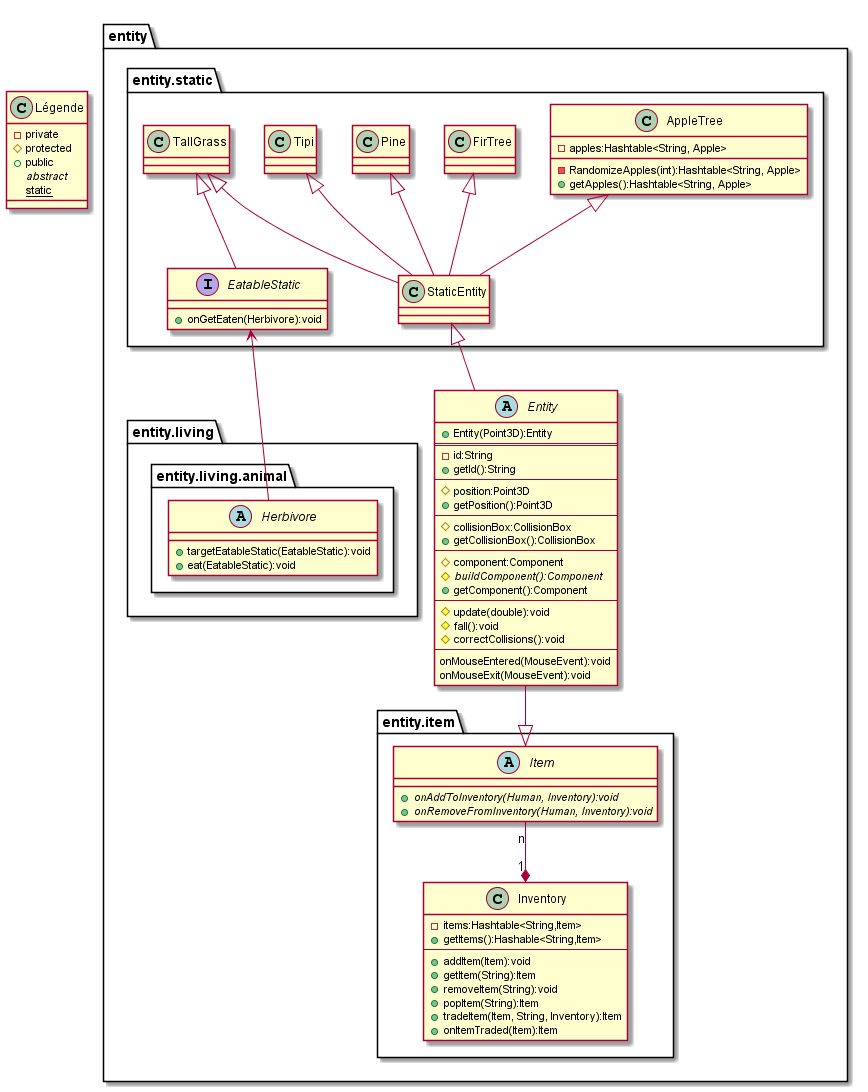
Earlier version of the PlantUML export uml/final/entity/Statics.png (the-zucc/coureur-de-bois).
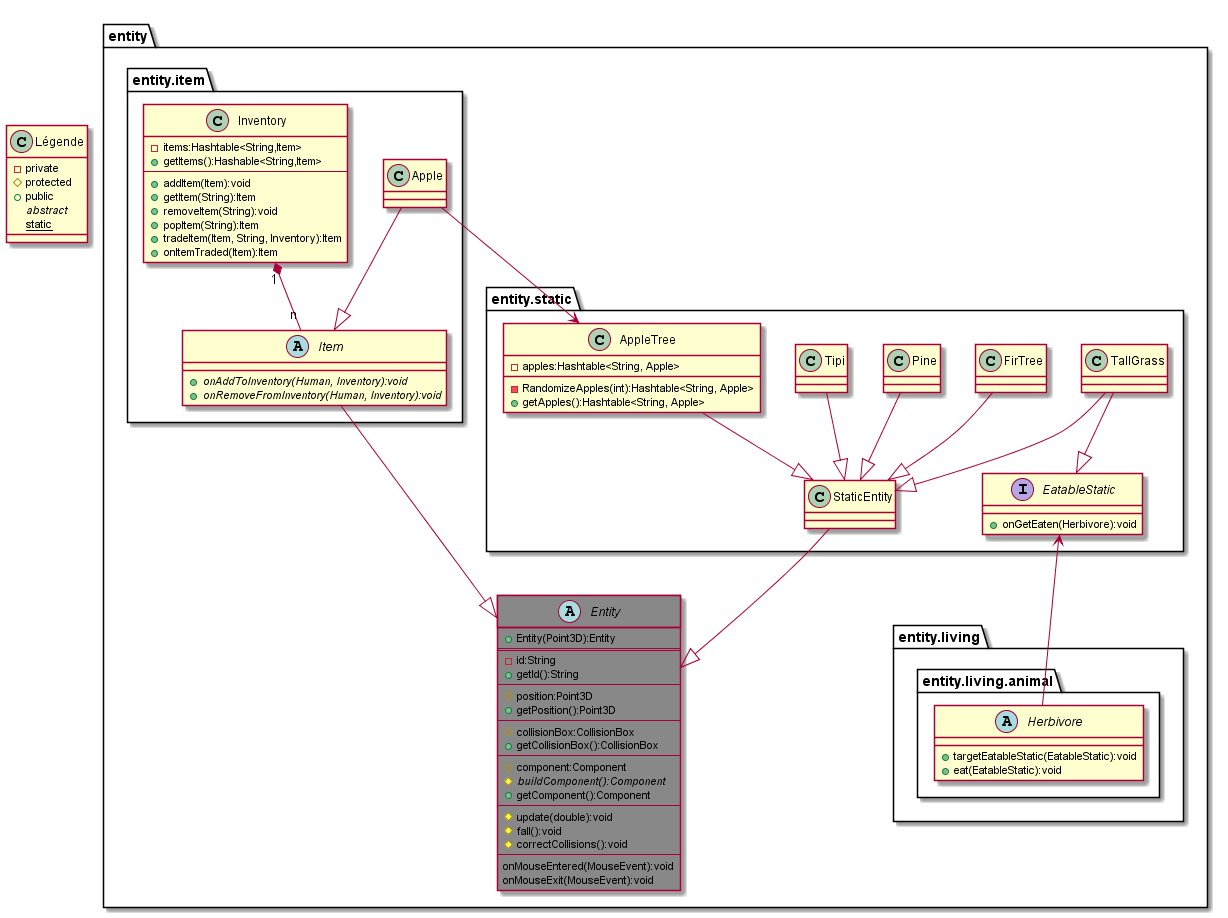
Above is the later version.

Commit message:
inverse les directions des fleches de static, animal, human

What changed in the source:
```diff
@@ -8,7 +8,7 @@
 }
 package entity{
 
-    abstract class Entity{
+    abstract class Entity #888888{
         + Entity(Point3D):Entity
         ==
         - id:String
@@ -31,6 +31,36 @@
         onMouseEntered(MouseEvent):void
         onMouseExit(MouseEvent):void
     }
+
+    package entity.static{
+        class StaticEntity{
+
+        }
+        StaticEntity --|> Entity
+        interface EatableStatic{
+            + onGetEaten(Herbivore):void
+        }
+        class TallGrass
+        TallGrass --|> StaticEntity
+        TallGrass --|> EatableStatic
+        class FirTree{
+
+        }
+        FirTree --|> StaticEntity
+        class Pine{
+        }
+        Pine --|> StaticEntity
+        class Tipi{
+        }
+        Tipi --|> StaticEntity
+        class AppleTree{
+            - apples:Hashtable<String, Apple>
+            - RandomizeApples(int):Hashtable<String, Apple>
+            + getApples():Hashtable<String, Apple>
+
+        }
+        AppleTree --|> StaticEntity
+    }
     package entity.item{
         class Inventory{
             - items:Hashtable<String,Item>
@@ -47,37 +77,11 @@
             + {abstract}onAddToInventory(Human, Inventory):void
             + {abstract}onRemoveFromInventory(Human, Inventory):void
         }
-        Item <|-up- Entity
-        Inventory "1" *-up- "n" Item
-    }
-    package entity.static{
-        class StaticEntity{
-
-        }
-        StaticEntity <|-- Entity
-        interface EatableStatic{
-            + onGetEaten(Herbivore):void
-        }
-        class TallGrass
-        TallGrass <|-- StaticEntity
-        TallGrass <|-- EatableStatic
-        class FirTree{
-
-        }
-        FirTree <|-- StaticEntity
-        class Pine{
-        }
-        Pine <|-- StaticEntity
-        class Tipi{
-        }
-        Tipi <|-- StaticEntity
-        class AppleTree{
-            - apples:Hashtable<String, Apple>
-            - RandomizeApples(int):Hashtable<String, Apple>
-            + getApples():Hashtable<String, Apple>
-
-        }
-        AppleTree <|-- StaticEntity
+        Item --|> Entity
+        Inventory "1" *-- "n" Item
+        class Apple
+        Apple --|> Item
+        Apple --> AppleTree
     }
     package entity.living{
         package entity.living.animal{
```
